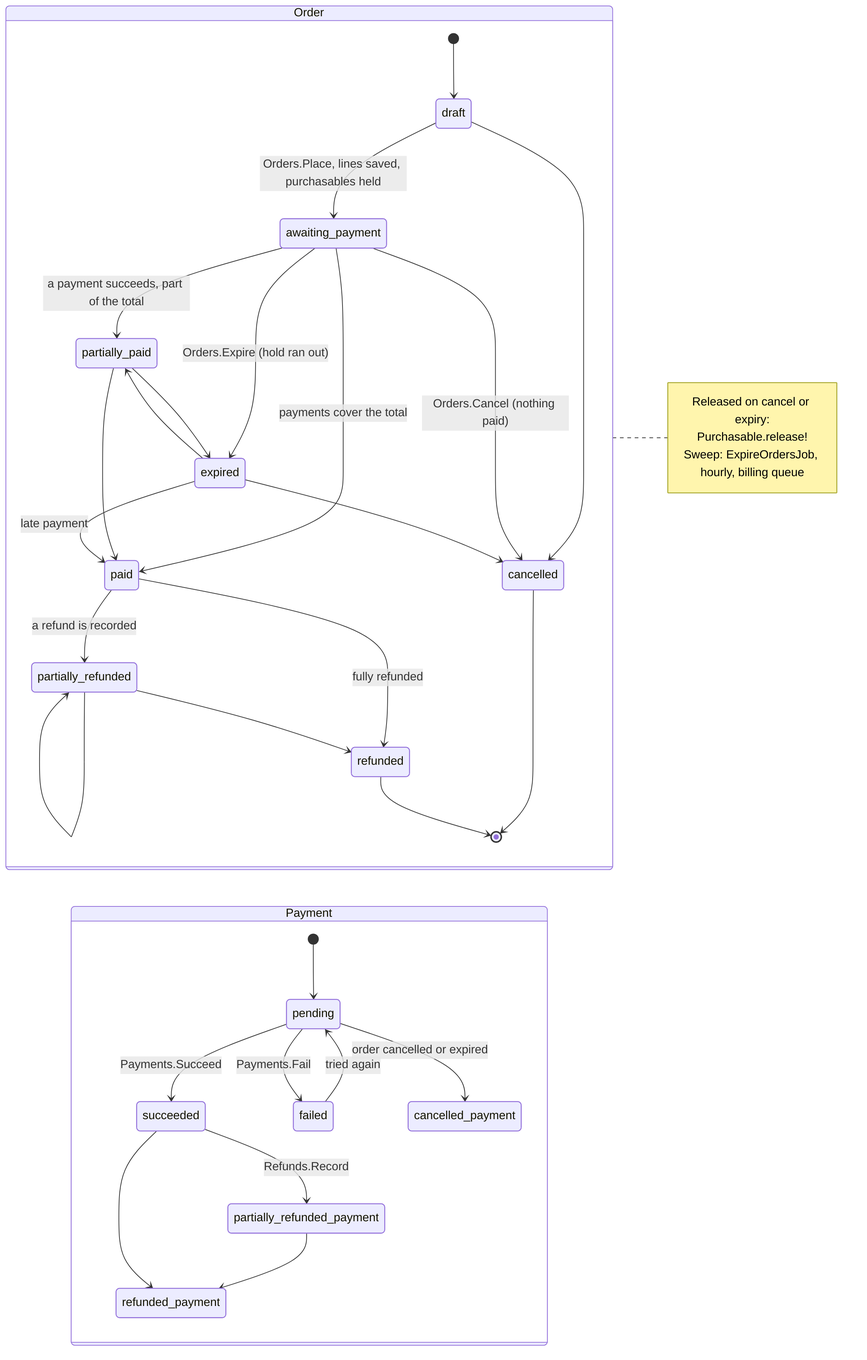
Before: docs/diagrams/exports/png/billing_order_lifecycle_flow.png, a diagram exported from Mermaid (better-together-org/community-engine-rails). Its source is kept beside it as docs/diagrams/source/billing_order_lifecycle_flow.mmd. Its diagram source:
```mermaid
stateDiagram-v2
  direction LR
  state "Order" as order {
    [*] --> draft
    draft --> awaiting_payment : Orders.Place, lines saved, purchasables held
    draft --> cancelled
    awaiting_payment --> partially_paid : a payment succeeds, part of the total
    awaiting_payment --> paid : payments cover the total
    awaiting_payment --> cancelled : Orders.Cancel (nothing paid)
    awaiting_payment --> expired : Orders.Expire (hold ran out)
    partially_paid --> paid
    partially_paid --> expired
    expired --> paid : late payment
    expired --> partially_paid
    expired --> cancelled
    paid --> partially_refunded : a refund is recorded
    paid --> refunded : fully refunded
    partially_refunded --> partially_refunded
    partially_refunded --> refunded
    cancelled --> [*]
    refunded --> [*]
  }
  state "Payment" as payment {
    [*] --> pending
    pending --> succeeded : Payments.Succeed
    pending --> failed : Payments.Fail
    pending --> cancelled_payment : order cancelled or expired
    failed --> pending : tried again
    succeeded --> partially_refunded_payment : Refunds.Record
    succeeded --> refunded_payment
    partially_refunded_payment --> refunded_payment
  }
  note right of order
    Released on cancel or expiry:
    Purchasable.release!
    Sweep: ExpireOrdersJob, hourly, billing queue
  end note
```
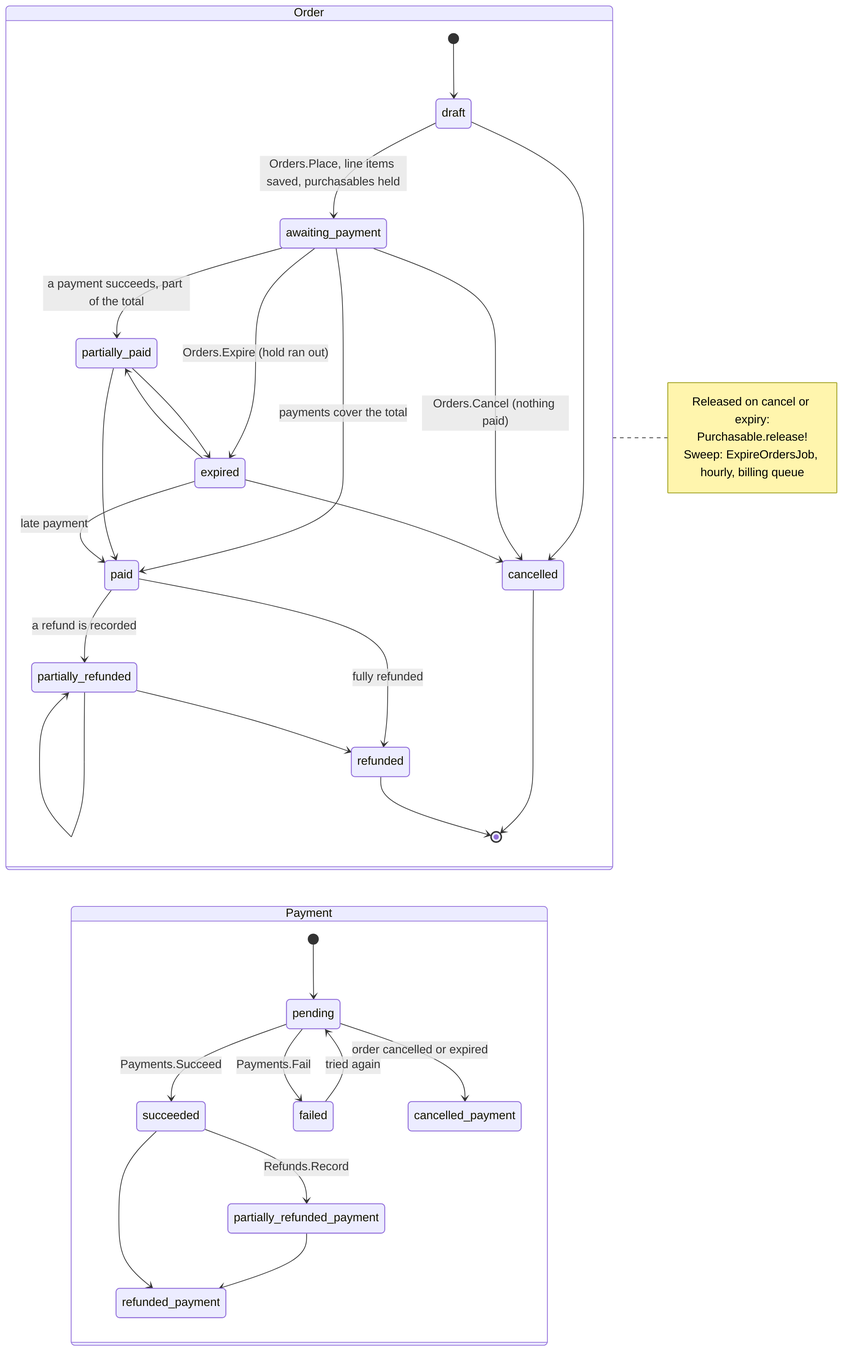
The same diagram one commit later.

What changed in the source:
```diff
@@ -2,7 +2,7 @@
   direction LR
   state "Order" as order {
     [*] --> draft
-    draft --> awaiting_payment : Orders.Place, lines saved, purchasables held
+    draft --> awaiting_payment : Orders.Place, line items saved, purchasables held
     draft --> cancelled
     awaiting_payment --> partially_paid : a payment succeeds, part of the total
     awaiting_payment --> paid : payments cover the total
```
